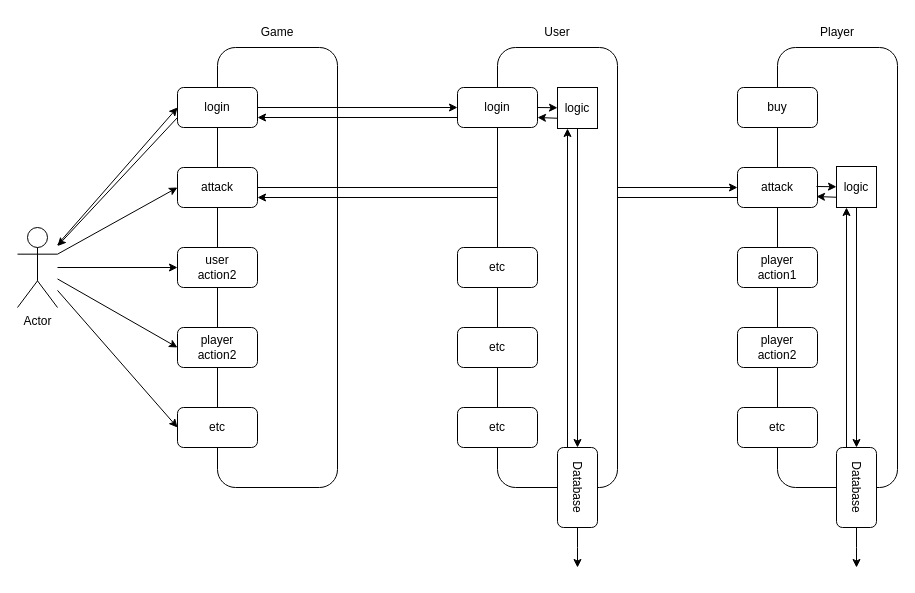
The draw.io diagram newlands.drawio in EnzoDiazDev/diagram, before the edit. Source tidied: cells renumbered, new cells numbered last; positions are measured from the earlier drawing's top-left corner, leaving out a move shared by most shapes. Both pictures are drawn from the tidied source at 100%, with x=0, y=0 at pixel (17, 17).
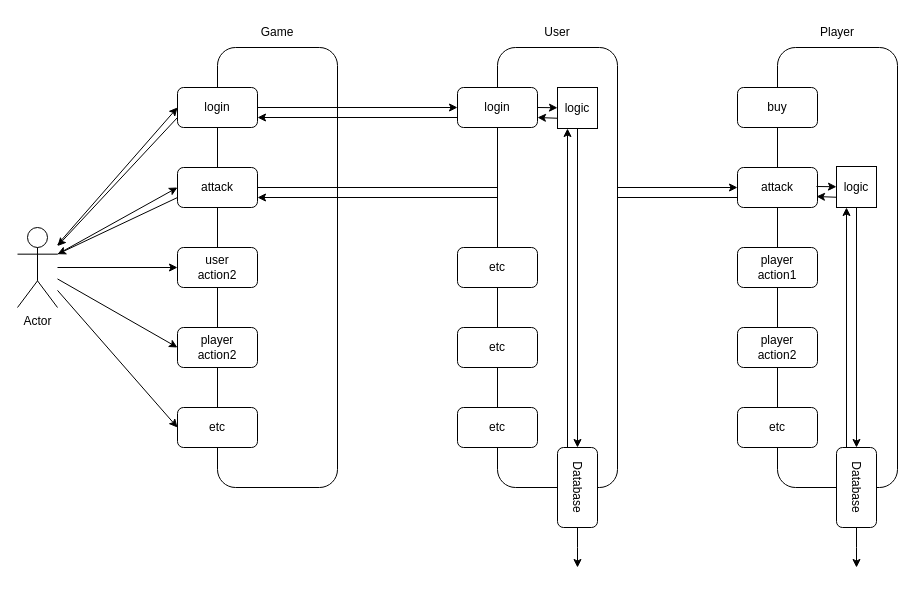
After the change.

The change refers to these unchanged cells:
```xml
<mxCell id="6" value="Actor" style="shape=umlActor;verticalLabelPosition=bottom;verticalAlign=top;html=1;outlineConnect=0;" parent="1" vertex="1">
  <mxGeometry y="210" width="40" height="80" as="geometry" />
</mxCell>
<mxCell id="8" value="attack" style="rounded=1;whiteSpace=wrap;html=1;" parent="1" vertex="1">
  <mxGeometry x="160" y="150" width="80" height="40" as="geometry" />
</mxCell>
```

The edit, as a diff of the source:
```diff
@@
+    <mxCell id="47" style="endArrow=classic;html=1;rounded=0;exitX=0;exitY=0.75;exitDx=0;exitDy=0;entryX=1;entryY=0.3333333333333333;entryDx=0;entryDy=0;entryPerimeter=0;" parent="1" edge="1" source="8" target="6">
+      <mxGeometry relative="1" as="geometry" />
+    </mxCell>
```
